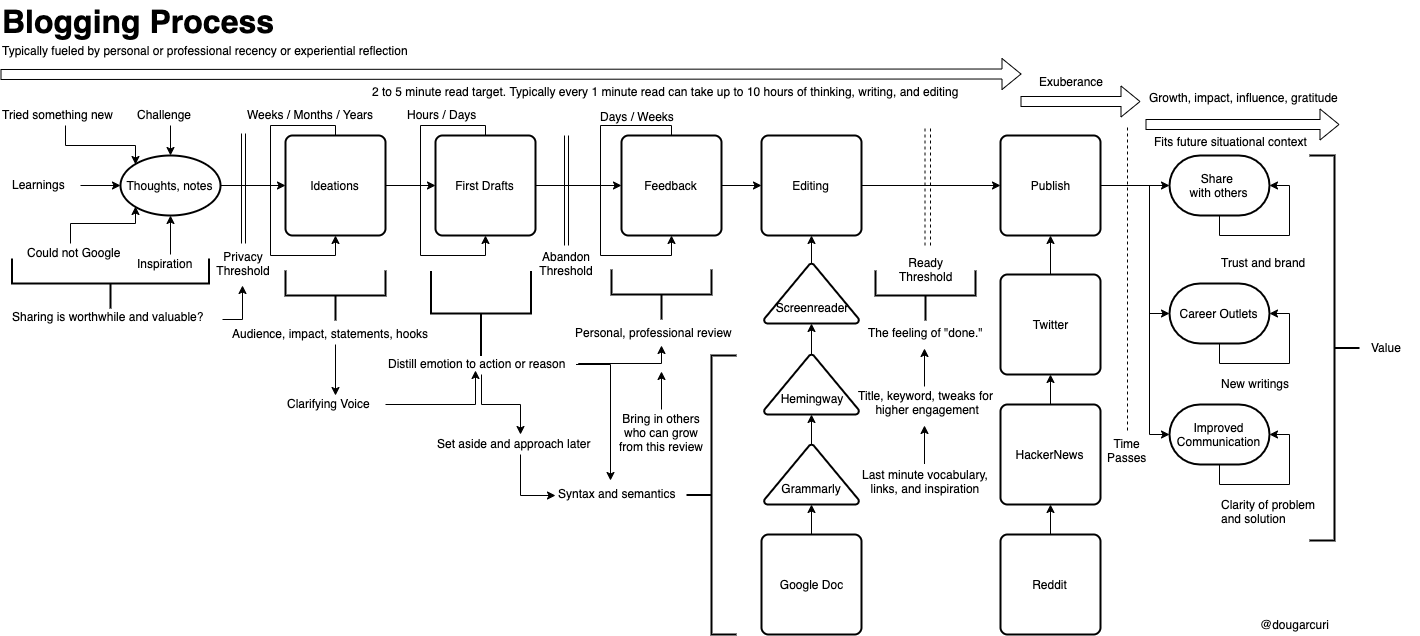
solidi/learning-notes keeps this draw.io diagram as mentoring/diagrams/blogging-process.png. Above is the earlier version. Source tidied: cells renumbered, new cells last; positions are measured from the earlier drawing's top-left corner, leaving out a move shared by most shapes.
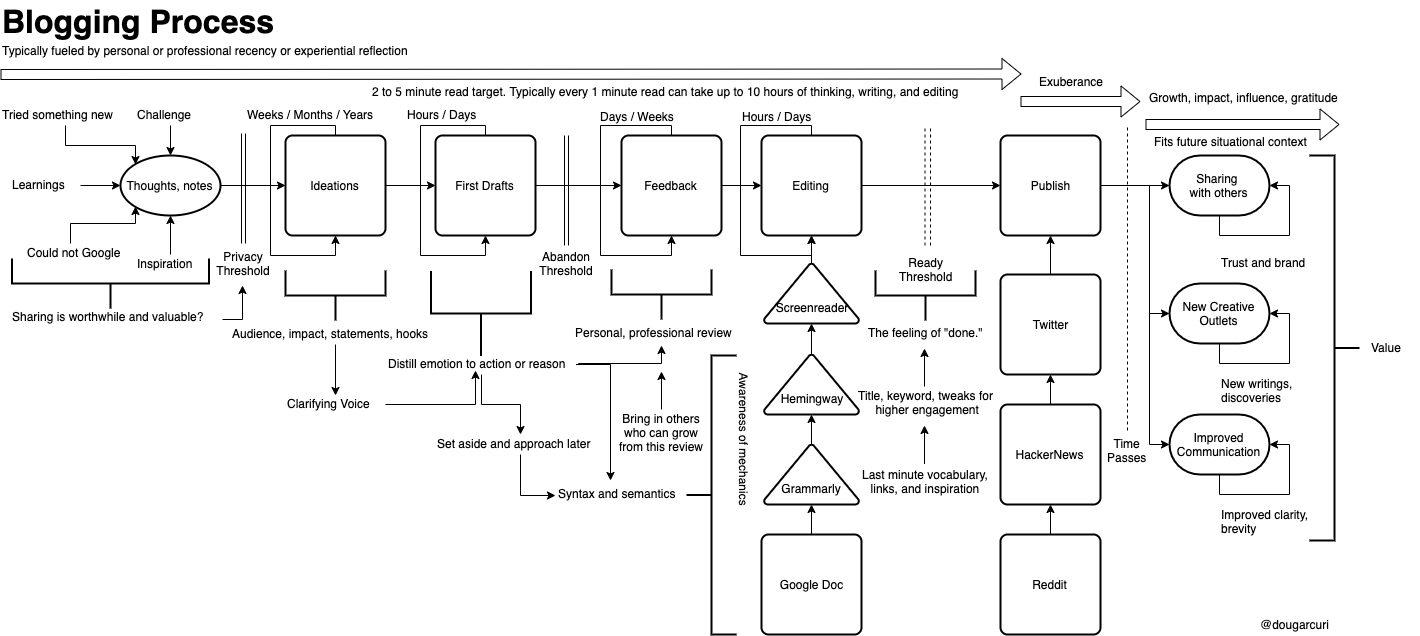
After the change.

Commit message:
Add mechanics to blogging

Diff of the diagram source:
```diff
@@ -82,7 +82,7 @@
       <mxGeometry relative="1" as="geometry">
         <Array as="points">
           <mxPoint x="1149" y="185" />
-          <mxPoint x="1149" y="434" />
+          <mxPoint x="1149" y="444" />
         </Array>
       </mxGeometry>
     </mxCell>
@@ -223,7 +223,7 @@
     <mxCell id="56" value="Thoughts, notes" style="strokeWidth=2;html=1;shape=mxgraph.flowchart.start_1;whiteSpace=wrap;" parent="1" vertex="1">
       <mxGeometry x="120" y="155" width="100" height="60" as="geometry" />
     </mxCell>
-    <mxCell id="57" value="Share &lt;br&gt;with others" style="strokeWidth=2;html=1;shape=mxgraph.flowchart.terminator;whiteSpace=wrap;" parent="1" vertex="1">
+    <mxCell id="57" value="Sharing&amp;nbsp;&lt;br&gt;with others" style="strokeWidth=2;html=1;shape=mxgraph.flowchart.terminator;whiteSpace=wrap;" parent="1" vertex="1">
       <mxGeometry x="1169" y="155" width="100" height="60" as="geometry" />
     </mxCell>
     <mxCell id="58" style="endArrow=none;dashed=1;html=1;" parent="1" edge="1">
@@ -298,23 +298,23 @@
     <mxCell id="76" value="Tried something new" style="text;html=1;points=[];align=left;verticalAlign=top;spacingTop=-4;" parent="1" vertex="1">
       <mxGeometry y="105" width="130" height="20" as="geometry" />
     </mxCell>
-    <mxCell id="77" value="Career Outlets" style="strokeWidth=2;html=1;shape=mxgraph.flowchart.terminator;whiteSpace=wrap;" parent="1" vertex="1">
+    <mxCell id="77" value="New Creative Outlets" style="strokeWidth=2;html=1;shape=mxgraph.flowchart.terminator;whiteSpace=wrap;" parent="1" vertex="1">
       <mxGeometry x="1169" y="283" width="100" height="60" as="geometry" />
     </mxCell>
     <mxCell id="78" style="edgeStyle=orthogonalEdgeStyle;rounded=0;orthogonalLoop=1;jettySize=auto;html=1;exitX=0.5;exitY=1;exitDx=0;exitDy=0;exitPerimeter=0;entryX=1;entryY=0.5;entryDx=0;entryDy=0;entryPerimeter=0;" parent="1" edge="1" source="77" target="77">
       <mxGeometry relative="1" as="geometry" />
     </mxCell>
-    <mxCell id="79" value="New writings" style="text;html=1;align=left;verticalAlign=top;spacingTop=-4;" parent="1" vertex="1">
-      <mxGeometry x="1219" y="374" width="80" height="20" as="geometry" />
+    <mxCell id="79" value="New writings, &lt;br&gt;discoveries" style="text;html=1;align=left;verticalAlign=top;spacingTop=-4;" parent="1" vertex="1">
+      <mxGeometry x="1219" y="374" width="90" height="30" as="geometry" />
     </mxCell>
     <mxCell id="80" value="Improved Communication" style="strokeWidth=2;html=1;shape=mxgraph.flowchart.terminator;whiteSpace=wrap;" parent="1" vertex="1">
-      <mxGeometry x="1169" y="404" width="100" height="60" as="geometry" />
+      <mxGeometry x="1169" y="414" width="100" height="60" as="geometry" />
     </mxCell>
     <mxCell id="81" style="edgeStyle=orthogonalEdgeStyle;rounded=0;orthogonalLoop=1;jettySize=auto;html=1;exitX=0.5;exitY=1;exitDx=0;exitDy=0;exitPerimeter=0;entryX=1;entryY=0.5;entryDx=0;entryDy=0;entryPerimeter=0;" parent="1" edge="1" source="80" target="80">
       <mxGeometry relative="1" as="geometry" />
     </mxCell>
-    <mxCell id="82" value="Clarity of problem&lt;br&gt;and solution" style="text;html=1;align=left;verticalAlign=top;spacingTop=-4;" parent="1" vertex="1">
-      <mxGeometry x="1219" y="494.5" width="110" height="30" as="geometry" />
+    <mxCell id="82" value="Improved clarity, &lt;br&gt;brevity&amp;nbsp;" style="text;html=1;align=left;verticalAlign=top;spacingTop=-4;" parent="1" vertex="1">
+      <mxGeometry x="1219" y="504.5" width="100" height="30" as="geometry" />
     </mxCell>
     <mxCell id="83" style="strokeWidth=2;html=1;shape=mxgraph.flowchart.annotation_2;align=left;labelPosition=right;rotation=180;" parent="1" vertex="1">
       <mxGeometry x="1309" y="155" width="50" height="385" as="geometry" />
@@ -400,5 +400,25 @@
         <mxPoint x="661" y="370.5" as="targetPoint" />
       </mxGeometry>
     </mxCell>
+    <mxCell id="103" style="edgeStyle=orthogonalEdgeStyle;rounded=0;orthogonalLoop=1;jettySize=auto;html=1;exitX=0.5;exitY=0;exitDx=0;exitDy=0;entryX=0.5;entryY=1;entryDx=0;entryDy=0;" parent="1" edge="1">
+      <mxGeometry relative="1" as="geometry">
+        <mxPoint x="811" y="135" as="sourcePoint" />
+        <mxPoint x="811" y="235" as="targetPoint" />
+        <Array as="points">
+          <mxPoint x="811" y="125" />
+          <mxPoint x="740" y="125" />
+          <mxPoint x="740" y="255" />
+          <mxPoint x="811" y="255" />
+        </Array>
+      </mxGeometry>
+    </mxCell>
+    <mxCell id="104" value="Hours / Days" style="text;html=1;align=center;verticalAlign=middle;labelBackgroundColor=#ffffff;" parent="103" vertex="1">
+      <mxGeometry x="-0.57" y="-4" relative="1" as="geometry">
+        <mxPoint x="20" y="-6" as="offset" />
+      </mxGeometry>
+    </mxCell>
+    <mxCell id="105" value="Awareness of mechanics" style="text;html=1;align=center;verticalAlign=middle;rotation=90;" parent="1" vertex="1">
+      <mxGeometry x="668" y="429" width="150" height="20" as="geometry" />
+    </mxCell>
   </root>
 </mxGraphModel>
```
